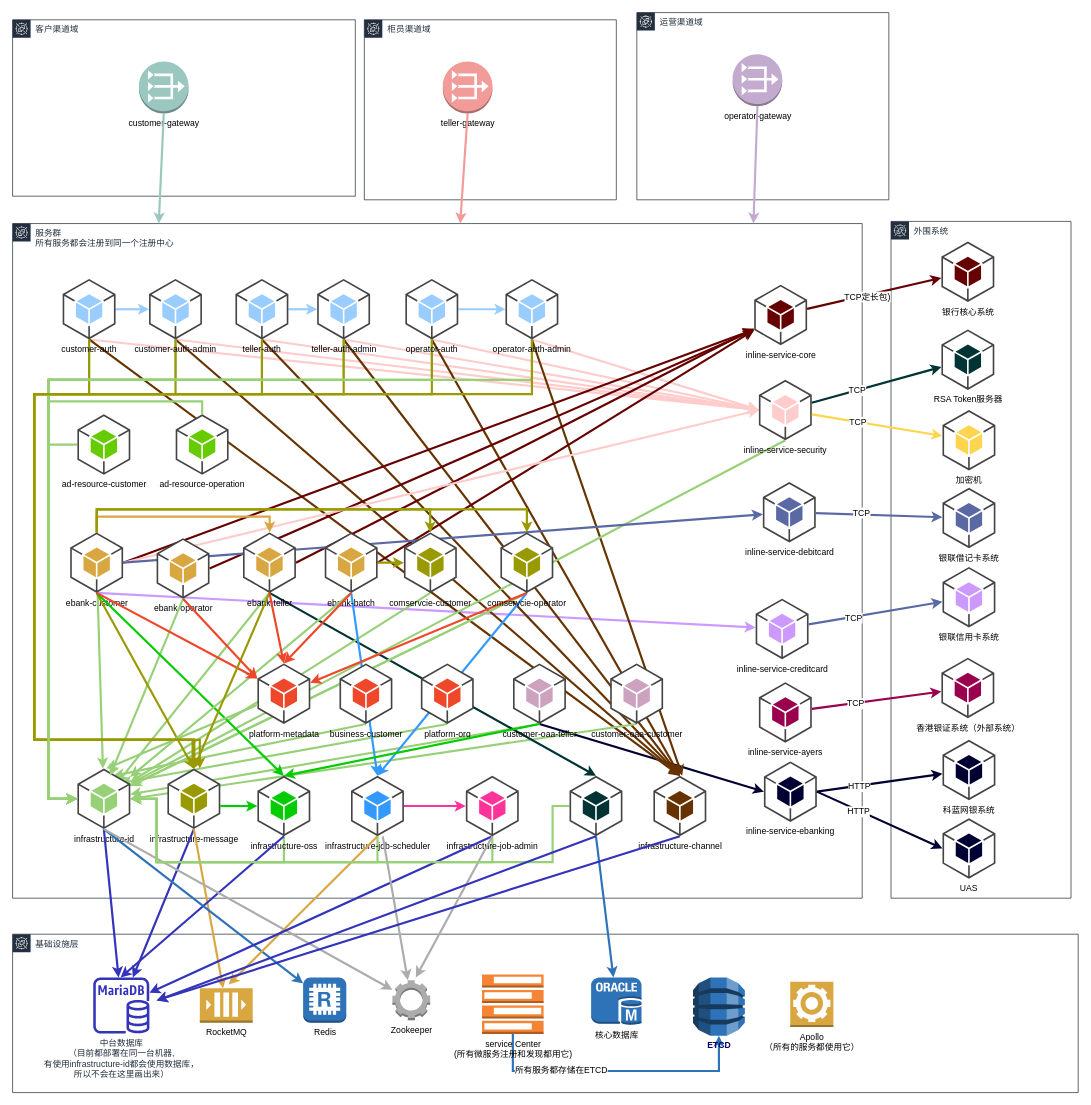
Above: 服务拓扑图.drawio in sam1982/draw (draw.io), before the change. Source tidied: cells renumbered, new cells numbered last; positions are measured from the earlier drawing's top-left corner, leaving out a move shared by most shapes. Both pictures are drawn from the tidied source at 72%, with x=0, y=0 at pixel (12, 12).
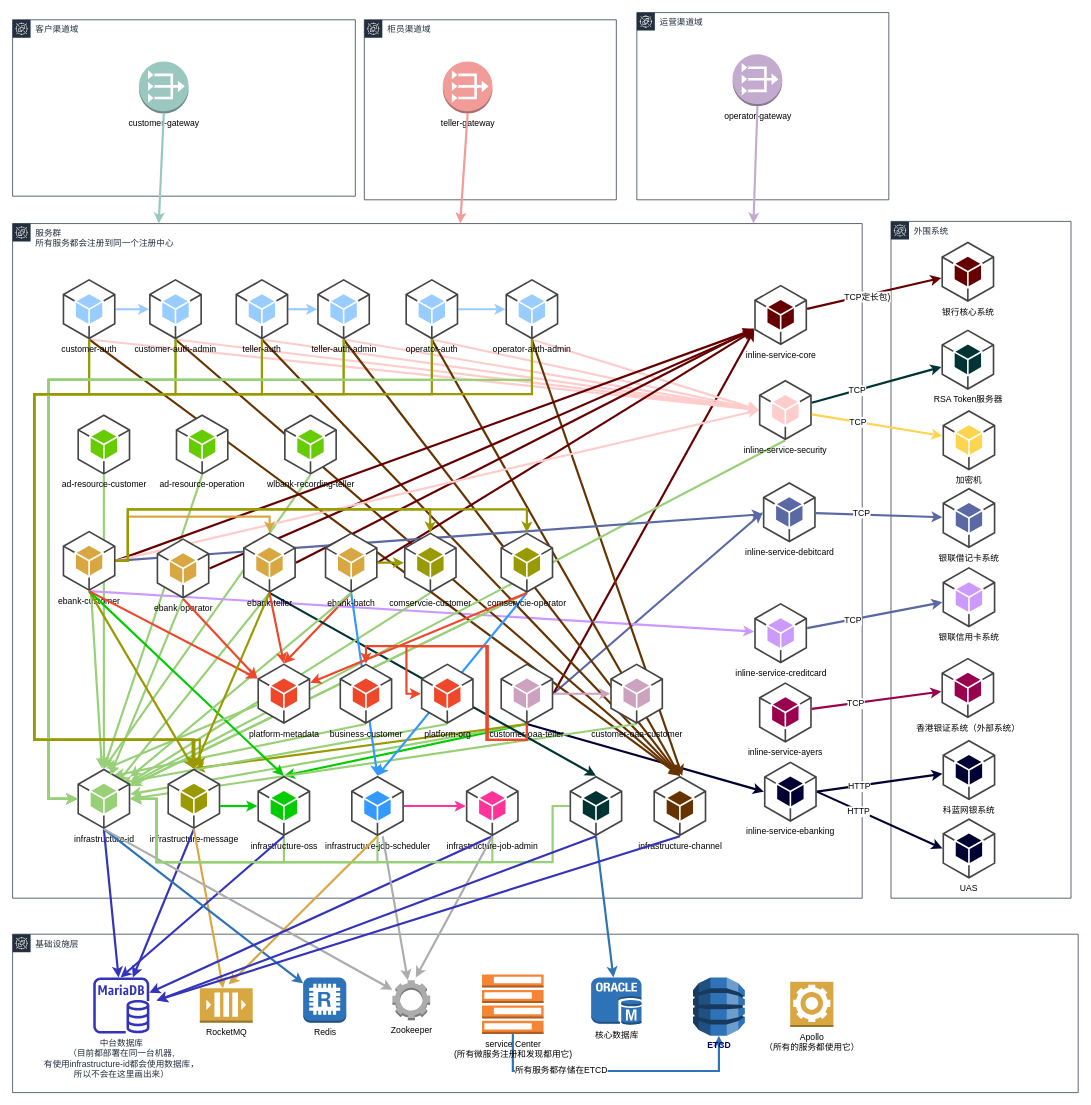
After the change.

Commit message (it also covers changes not shown here):
更新服务拓扑图.drawio

The change refers to these unchanged cells:
```xml
<mxCell id="40" value="infrastructure-id" style="outlineConnect=0;dashed=0;verticalLabelPosition=bottom;verticalAlign=top;align=center;html=1;shape=mxgraph.aws3.android;fillColor=#97D077;gradientColor=none;strokeColor=#CCE5FF;" parent="1" vertex="1">
  <mxGeometry x="90" y="1050" width="73.5" height="84" as="geometry" />
</mxCell>
<mxCell id="42" value="infrastructure-message" style="outlineConnect=0;dashed=0;verticalLabelPosition=bottom;verticalAlign=top;align=center;html=1;shape=mxgraph.aws3.android;fillColor=#999900;gradientColor=none;strokeColor=#CCE5FF;" parent="1" vertex="1">
  <mxGeometry x="215" y="1050" width="73.5" height="84" as="geometry" />
</mxCell>
<mxCell id="44" value="infrastructure-oss" style="outlineConnect=0;dashed=0;verticalLabelPosition=bottom;verticalAlign=top;align=center;html=1;shape=mxgraph.aws3.android;fillColor=#00CC00;gradientColor=none;strokeColor=#CCE5FF;" parent="1" vertex="1">
  <mxGeometry x="340" y="1060" width="73.5" height="84" as="geometry" />
</mxCell>
<mxCell id="53" value="inline-service-core" style="outlineConnect=0;dashed=0;verticalLabelPosition=bottom;verticalAlign=top;align=center;html=1;shape=mxgraph.aws3.android;fillColor=#660000;gradientColor=none;strokeColor=#CCE5FF;" parent="1" vertex="1">
  <mxGeometry x="1030" y="378" width="73.5" height="84" as="geometry" />
</mxCell>
<mxCell id="80" value="ebank-teller" style="outlineConnect=0;dashed=0;verticalLabelPosition=bottom;verticalAlign=top;align=center;html=1;shape=mxgraph.aws3.android;fillColor=#D9A741;strokeColor=#d79b00;" parent="1" vertex="1">
  <mxGeometry x="320" y="722" width="73.5" height="84" as="geometry" />
</mxCell>
<mxCell id="82" value="ebank-batch" style="outlineConnect=0;dashed=0;verticalLabelPosition=bottom;verticalAlign=top;align=center;html=1;shape=mxgraph.aws3.android;fillColor=#D9A741;strokeColor=#d79b00;" parent="1" vertex="1">
  <mxGeometry x="433.5" y="722" width="73.5" height="84" as="geometry" />
</mxCell>
<mxCell id="88" value="platform-metadata" style="outlineConnect=0;dashed=0;verticalLabelPosition=bottom;verticalAlign=top;align=center;html=1;shape=mxgraph.aws3.android;fillColor=#EE472A;gradientColor=none;strokeColor=#CCE5FF;" parent="1" vertex="1">
  <mxGeometry x="340" y="904" width="73.5" height="84" as="geometry" />
</mxCell>
<mxCell id="90" value="business-customer" style="outlineConnect=0;dashed=0;verticalLabelPosition=bottom;verticalAlign=top;align=center;html=1;shape=mxgraph.aws3.android;fillColor=#EE472A;gradientColor=none;strokeColor=#CCE5FF;" parent="1" vertex="1">
  <mxGeometry x="454" y="904" width="73.5" height="84" as="geometry" />
</mxCell>
<mxCell id="97" value="platform-org" style="outlineConnect=0;dashed=0;verticalLabelPosition=bottom;verticalAlign=top;align=center;html=1;shape=mxgraph.aws3.android;fillColor=#EE472A;gradientColor=none;strokeColor=#CCE5FF;" parent="1" vertex="1">
  <mxGeometry x="567" y="904" width="73.5" height="84" as="geometry" />
</mxCell>
<mxCell id="98" value="inline-service-debitcard" style="outlineConnect=0;dashed=0;verticalLabelPosition=bottom;verticalAlign=top;align=center;html=1;shape=mxgraph.aws3.android;fillColor=#5A69A4;gradientColor=none;strokeColor=#CCE5FF;" parent="1" vertex="1">
  <mxGeometry x="1042" y="652" width="73.5" height="84" as="geometry" />
</mxCell>
<mxCell id="104" value="comservcie-customer" style="outlineConnect=0;dashed=0;verticalLabelPosition=bottom;verticalAlign=top;align=center;html=1;shape=mxgraph.aws3.android;fillColor=#999900;strokeColor=#d79b00;" parent="1" vertex="1">
  <mxGeometry x="543.5" y="722" width="73.5" height="84" as="geometry" />
</mxCell>
<mxCell id="114" value="customer-oaa-customer" style="outlineConnect=0;dashed=0;verticalLabelPosition=bottom;verticalAlign=top;align=center;html=1;shape=mxgraph.aws3.android;fillColor=#CDA2BE;strokeColor=#d79b00;" parent="1" vertex="1">
  <mxGeometry x="830" y="904" width="73.5" height="84" as="geometry" />
</mxCell>
<mxCell id="152" value="ad-resource-operation" style="outlineConnect=0;dashed=0;verticalLabelPosition=bottom;verticalAlign=top;align=center;html=1;shape=mxgraph.aws3.android;fillColor=#66CC00;strokeColor=#d79b00;" parent="1" vertex="1">
  <mxGeometry x="226.5" y="558" width="73.5" height="84" as="geometry" />
</mxCell>
<mxCell id="153" value="comservcie-operator" style="outlineConnect=0;dashed=0;verticalLabelPosition=bottom;verticalAlign=top;align=center;html=1;shape=mxgraph.aws3.android;fillColor=#999900;strokeColor=#d79b00;" parent="1" vertex="1">
  <mxGeometry x="677.5" y="722" width="73.5" height="84" as="geometry" />
</mxCell>
<mxCell id="155" value="ad-resource-customer" style="outlineConnect=0;dashed=0;verticalLabelPosition=bottom;verticalAlign=top;align=center;html=1;shape=mxgraph.aws3.android;fillColor=#66CC00;strokeColor=#d79b00;" parent="1" vertex="1">
  <mxGeometry x="90" y="558" width="73.5" height="84" as="geometry" />
</mxCell>
```

What changed in the source:
```diff
@@
+    <mxCell id="160" style="endArrow=classic;html=1;strokeColor=#EE472A;strokeWidth=3;exitX=0.5;exitY=1;exitDx=0;exitDy=0;exitPerimeter=0;entryX=0.5;entryY=0;entryDx=0;entryDy=0;entryPerimeter=0;" parent="1" edge="1" source="82" target="88">
+      <mxGeometry relative="1" as="geometry" />
+    </mxCell>
@@
+    <mxCell id="161" style="endArrow=classic;html=1;strokeColor=#00CC00;strokeWidth=3;exitX=0.5;exitY=1;exitDx=0;exitDy=0;exitPerimeter=0;entryX=0.5;entryY=0;entryDx=0;entryDy=0;entryPerimeter=0;" parent="1" edge="1" source="112" target="44">
+      <mxGeometry relative="1" as="geometry" />
+    </mxCell>
+    <mxCell id="18" style="endArrow=classic;html=1;strokeColor=#97D077;strokeWidth=3;exitX=0.5;exitY=1;exitDx=0;exitDy=0;exitPerimeter=0;" parent="1" edge="1" source="112" target="40">
+      <mxGeometry relative="1" as="geometry" />
+    </mxCell>
+    <mxCell id="165" style="endArrow=classic;html=1;strokeColor=#999900;strokeWidth=3;fillColor=#3333FF;entryX=0.5;entryY=0;entryDx=0;entryDy=0;entryPerimeter=0;exitX=0.5;exitY=1;exitDx=0;exitDy=0;exitPerimeter=0;" parent="1" edge="1" source="112" target="42">
+      <mxGeometry relative="1" as="geometry" />
+    </mxCell>
+    <mxCell id="166" style="endArrow=classic;html=1;strokeColor=#5A69A4;strokeWidth=3;exitX=1;exitY=0.5;exitDx=0;exitDy=0;exitPerimeter=0;entryX=0;entryY=0.5;entryDx=0;entryDy=0;entryPerimeter=0;" parent="1" edge="1" source="112" target="98">
+      <mxGeometry relative="1" as="geometry" />
+    </mxCell>
+    <mxCell id="167" style="endArrow=classic;html=1;strokeColor=#660000;strokeWidth=3;exitX=1;exitY=0.5;exitDx=0;exitDy=0;exitPerimeter=0;entryX=0;entryY=0.75;entryDx=0;entryDy=0;entryPerimeter=0;" parent="1" edge="1" source="112" target="53">
+      <mxGeometry relative="1" as="geometry" />
+    </mxCell>
+    <mxCell id="151" style="endArrow=classic;html=1;strokeColor=#97D077;strokeWidth=3;exitX=0.5;exitY=1;exitDx=0;exitDy=0;exitPerimeter=0;entryX=0.5;entryY=0;entryDx=0;entryDy=0;entryPerimeter=0;" parent="1" edge="1" source="152" target="40">
+      <mxGeometry relative="1" as="geometry" />
+    </mxCell>
+    <mxCell id="154" style="endArrow=classic;html=1;strokeColor=#97D077;strokeWidth=3;exitX=0.5;exitY=1;exitDx=0;exitDy=0;exitPerimeter=0;entryX=0.5;entryY=0;entryDx=0;entryDy=0;entryPerimeter=0;" parent="1" edge="1" source="155" target="40">
+      <mxGeometry relative="1" as="geometry" />
+    </mxCell>
+    <mxCell id="168" style="endArrow=classic;html=1;strokeColor=#97D077;strokeWidth=3;exitX=0.5;exitY=1;exitDx=0;exitDy=0;exitPerimeter=0;entryX=0.5;entryY=0;entryDx=0;entryDy=0;entryPerimeter=0;" parent="1" edge="1" source="171" target="40">
+      <mxGeometry relative="1" as="geometry" />
+    </mxCell>
@@
-    <mxCell id="18" style="endArrow=classic;html=1;strokeColor=#97D077;strokeWidth=3;exitX=0.5;exitY=1;exitDx=0;exitDy=0;exitPerimeter=0;" parent="1" edge="1" source="112" target="40">
-      <mxGeometry relative="1" as="geometry" />
-    </mxCell>
@@
-    <mxCell id="68" style="edgeStyle=orthogonalEdgeStyle;rounded=0;jettySize=auto;html=1;strokeColor=#D9A741;strokeWidth=3;exitX=0.5;exitY=0;exitDx=0;exitDy=0;exitPerimeter=0;" parent="1" edge="1" source="71" target="80">
+    <mxCell id="68" style="edgeStyle=orthogonalEdgeStyle;rounded=0;jettySize=auto;html=1;strokeColor=#D9A741;strokeWidth=3;exitX=1;exitY=0.5;exitDx=0;exitDy=0;exitPerimeter=0;" parent="1" edge="1" source="71" target="80">
       <mxGeometry relative="1" as="geometry">
         <Array as="points">
-          <mxPoint x="117" y="700" />
+          <mxPoint x="160" y="762" />
+          <mxPoint x="160" y="700" />
           <mxPoint x="357" y="700" />
         </Array>
       </mxGeometry>
     </mxCell>
     <mxCell id="69" style="edgeStyle=orthogonalEdgeStyle;rounded=0;jettySize=auto;html=1;entryX=0.5;entryY=0;entryDx=0;entryDy=0;entryPerimeter=0;strokeColor=#999900;strokeWidth=3;" parent="1" edge="1" source="71" target="153">
       <mxGeometry relative="1" as="geometry">
         <Array as="points">
-          <mxPoint x="117" y="690" />
+          <mxPoint x="160" y="762" />
+          <mxPoint x="160" y="690" />
           <mxPoint x="714" y="690" />
         </Array>
       </mxGeometry>
     </mxCell>
     <mxCell id="70" style="edgeStyle=orthogonalEdgeStyle;rounded=0;jettySize=auto;html=1;strokeColor=#999900;strokeWidth=3;" parent="1" edge="1" source="71" target="104">
       <mxGeometry relative="1" as="geometry">
         <Array as="points">
-          <mxPoint x="117" y="690" />
+          <mxPoint x="160" y="762" />
+          <mxPoint x="160" y="690" />
           <mxPoint x="580" y="690" />
         </Array>
       </mxGeometry>
     </mxCell>
     <mxCell id="71" value="ebank-customer" style="outlineConnect=0;dashed=0;verticalLabelPosition=bottom;verticalAlign=top;align=center;html=1;shape=mxgraph.aws3.android;fillColor=#D9A741;strokeColor=#d79b00;" parent="1" vertex="1">
-      <mxGeometry x="80" y="722" width="73.5" height="84" as="geometry" />
+      <mxGeometry x="69.5" y="719.5" width="73.5" height="84" as="geometry" />
     </mxCell>
@@
     <mxCell id="108" value="inline-service-creditcard" style="outlineConnect=0;dashed=0;verticalLabelPosition=bottom;verticalAlign=top;align=center;html=1;shape=mxgraph.aws3.android;fillColor=#CC99FF;gradientColor=none;strokeColor=#CCE5FF;" parent="1" vertex="1">
-      <mxGeometry x="1032" y="814" width="73.5" height="84" as="geometry" />
+      <mxGeometry x="1030" y="820" width="73.5" height="84" as="geometry" />
     </mxCell>
@@
+    <mxCell id="169" style="edgeStyle=orthogonalEdgeStyle;rounded=0;jettySize=auto;html=1;strokeColor=#CDA2BE;strokeWidth=3;" parent="1" edge="1" source="112" target="114">
+      <mxGeometry relative="1" as="geometry" />
+    </mxCell>
+    <mxCell id="170" style="edgeStyle=orthogonalEdgeStyle;rounded=0;jettySize=auto;html=1;exitX=0.5;exitY=1;exitDx=0;exitDy=0;exitPerimeter=0;strokeColor=#EE472A;strokeWidth=3;entryX=0;entryY=0.5;entryDx=0;entryDy=0;entryPerimeter=0;" parent="1" edge="1" source="112" target="97">
+      <mxGeometry relative="1" as="geometry">
+        <Array as="points">
+          <mxPoint x="714" y="1010" />
+          <mxPoint x="658" y="1010" />
+          <mxPoint x="658" y="880" />
+          <mxPoint x="547" y="880" />
+          <mxPoint x="547" y="946" />
+        </Array>
+      </mxGeometry>
+    </mxCell>
     <mxCell id="112" value="customer-oaa-teller" style="outlineConnect=0;dashed=0;verticalLabelPosition=bottom;verticalAlign=top;align=center;html=1;shape=mxgraph.aws3.android;fillColor=#CDA2BE;strokeColor=#d79b00;" parent="1" vertex="1">
-      <mxGeometry x="695" y="904" width="73.5" height="84" as="geometry" />
+      <mxGeometry x="677.5" y="904" width="73.5" height="84" as="geometry" />
     </mxCell>
@@
-    <mxCell id="151" style="edgeStyle=orthogonalEdgeStyle;rounded=0;jettySize=auto;html=1;entryX=0;entryY=0.5;entryDx=0;entryDy=0;entryPerimeter=0;strokeColor=#97D077;strokeWidth=3;" parent="1" edge="1" source="152" target="40">
-      <mxGeometry relative="1" as="geometry">
-        <Array as="points">
-          <mxPoint x="263" y="540" />
-          <mxPoint x="50" y="540" />
-          <mxPoint x="50" y="1092" />
-        </Array>
-      </mxGeometry>
-    </mxCell>
@@
-    <mxCell id="154" style="edgeStyle=orthogonalEdgeStyle;rounded=0;jettySize=auto;html=1;entryX=0;entryY=0.5;entryDx=0;entryDy=0;entryPerimeter=0;strokeColor=#97D077;strokeWidth=3;" parent="1" edge="1" source="155" target="40">
-      <mxGeometry relative="1" as="geometry">
-        <Array as="points">
-          <mxPoint x="50" y="600" />
-          <mxPoint x="50" y="1092" />
-        </Array>
-      </mxGeometry>
-    </mxCell>
@@
-    <mxCell id="160" style="endArrow=classic;html=1;strokeColor=#EE472A;strokeWidth=3;exitX=0.5;exitY=1;exitDx=0;exitDy=0;exitPerimeter=0;entryX=0.5;entryY=0;entryDx=0;entryDy=0;entryPerimeter=0;" parent="1" edge="1" source="82" target="88">
-      <mxGeometry relative="1" as="geometry" />
-    </mxCell>
-    <mxCell id="161" style="endArrow=classic;html=1;strokeColor=#00CC00;strokeWidth=3;exitX=0.5;exitY=1;exitDx=0;exitDy=0;exitPerimeter=0;entryX=0.5;entryY=0;entryDx=0;entryDy=0;entryPerimeter=0;" parent="1" edge="1" source="112" target="44">
-      <mxGeometry relative="1" as="geometry" />
-    </mxCell>
@@
+    <mxCell id="171" value="wlbank-recording-teller" style="outlineConnect=0;dashed=0;verticalLabelPosition=bottom;verticalAlign=top;align=center;html=1;shape=mxgraph.aws3.android;fillColor=#66CC00;strokeColor=#d79b00;" parent="1" vertex="1">
+      <mxGeometry x="377" y="558" width="73.5" height="84" as="geometry" />
+    </mxCell>
+    <mxCell id="172" style="edgeStyle=orthogonalEdgeStyle;rounded=0;jettySize=auto;html=1;entryX=0.5;entryY=0;entryDx=0;entryDy=0;entryPerimeter=0;strokeColor=#EE472A;strokeWidth=3;" parent="1" edge="1" source="112" target="90">
+      <mxGeometry relative="1" as="geometry">
+        <Array as="points">
+          <mxPoint x="714" y="1010" />
+          <mxPoint x="660" y="1010" />
+          <mxPoint x="660" y="880" />
+          <mxPoint x="491" y="880" />
+        </Array>
+      </mxGeometry>
+    </mxCell>
```
